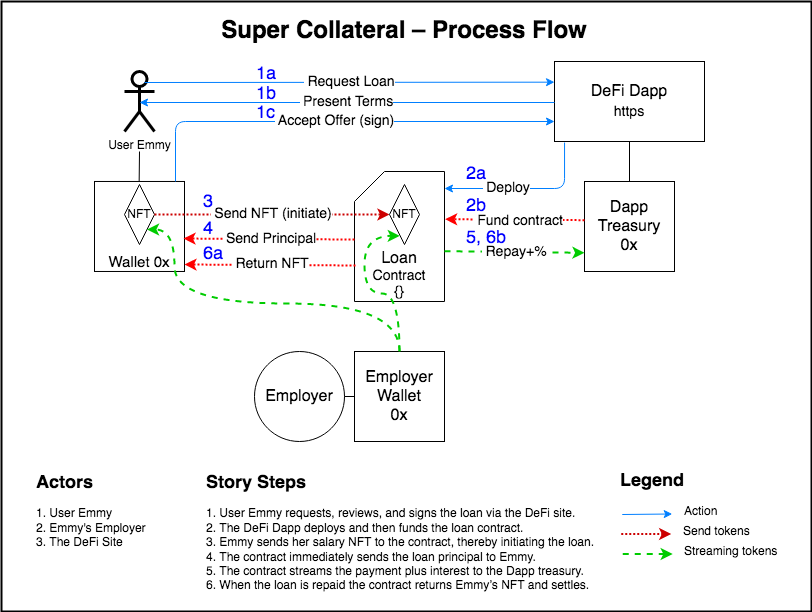
Above: assets/super_collateral.drawio.png in SmilingHeretic/super-collateral (draw.io), before the change. Source tidied: cells renumbered, new cells last; positions are measured from the earlier drawing's top-left corner, leaving out a move shared by most shapes.
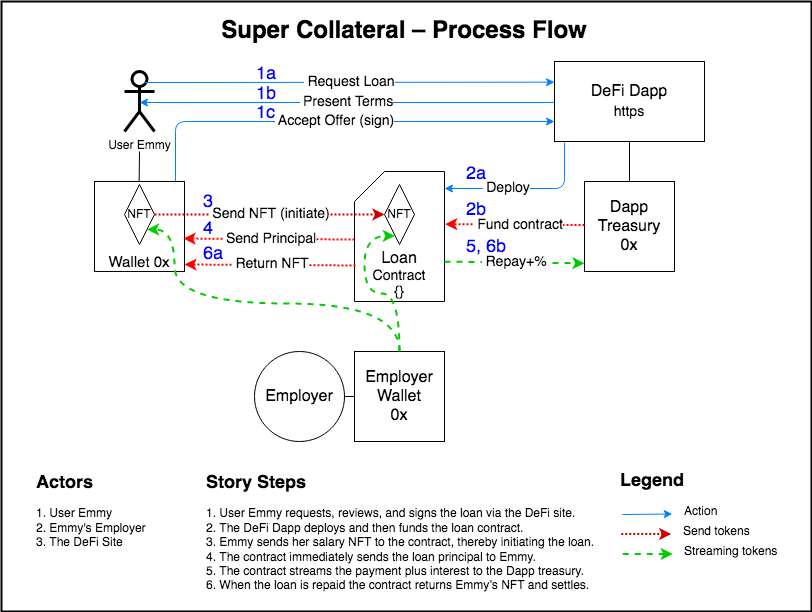
The same file after the commit.

Commit message:
Fine tuning

Change to the diagram source:
```diff
@@ -84,9 +84,10 @@
         </Array>
       </mxGeometry>
     </mxCell>
-    <mxCell id="23" style="endArrow=classic;html=1;strokeColor=#FF0000;exitX=0;exitY=0.5;exitDx=0;exitDy=0;entryX=1.007;entryY=0.367;entryDx=0;entryDy=0;entryPerimeter=0;strokeWidth=2;dashed=1;dashPattern=1 1;" parent="1" edge="1" target="18">
+    <mxCell id="23" style="endArrow=classic;html=1;strokeColor=#FF0000;exitX=0;exitY=0.5;exitDx=0;exitDy=0;entryX=1.007;entryY=0.367;entryDx=0;entryDy=0;entryPerimeter=0;strokeWidth=2;dashed=1;dashPattern=1 1;" parent="1" edge="1">
       <mxGeometry relative="1" as="geometry">
-        <mxPoint x="583" y="218.7" as="sourcePoint" />
+        <mxPoint x="583" y="223.6" as="sourcePoint" />
+        <mxPoint x="443.6" y="222.6" as="targetPoint" />
       </mxGeometry>
     </mxCell>
     <mxCell id="24" value="&amp;nbsp;&lt;font style=&quot;font-size: 14px&quot;&gt;Fund contract &lt;br&gt;&lt;/font&gt;" style="edgeLabel;html=1;align=center;verticalAlign=middle;" parent="23" vertex="1">
@@ -96,7 +97,7 @@
       <mxGeometry relative="1" as="geometry" />
     </mxCell>
     <mxCell id="26" value="NFT" style="rhombus;whiteSpace=wrap;html=1;hachureGap=4;strokeColor=default;strokeWidth=1;" parent="1" vertex="1">
-      <mxGeometry x="388" y="183" width="30" height="60" as="geometry" />
+      <mxGeometry x="383" y="183" width="30" height="60" as="geometry" />
     </mxCell>
     <mxCell id="27" value="&amp;nbsp;&lt;font style=&quot;font-size: 14px&quot;&gt;Send Principal &lt;br&gt;&lt;/font&gt;" style="endArrow=classic;html=1;strokeColor=#FF0000;exitX=0.01;exitY=0.364;exitDx=0;exitDy=0;exitPerimeter=0;entryX=1;entryY=0.357;entryDx=0;entryDy=0;entryPerimeter=0;dashed=1;dashPattern=1 1;strokeWidth=2;" parent="1" edge="1">
       <mxGeometry relative="1" as="geometry">
@@ -113,16 +114,17 @@
         </Array>
       </mxGeometry>
     </mxCell>
-    <mxCell id="29" value="&amp;nbsp;&lt;font style=&quot;font-size: 14px&quot;&gt;Repay+%&lt;/font&gt;" style="endArrow=classic;html=1;dashed=1;strokeColor=#00CC00;strokeWidth=2;exitX=1;exitY=0.613;exitDx=0;exitDy=0;exitPerimeter=0;entryX=0;entryY=0.788;entryDx=0;entryDy=0;entryPerimeter=0;" parent="1" edge="1" source="18">
+    <mxCell id="29" value="&amp;nbsp;&lt;font style=&quot;font-size: 14px&quot;&gt;Repay+%&lt;/font&gt;" style="endArrow=classic;html=1;dashed=1;strokeColor=#00CC00;strokeWidth=2;exitX=1;exitY=0.613;exitDx=0;exitDy=0;exitPerimeter=0;entryX=0;entryY=0.788;entryDx=0;entryDy=0;entryPerimeter=0;" parent="1" edge="1">
       <mxGeometry relative="1" as="geometry">
-        <mxPoint x="583" y="251.3" as="targetPoint" />
+        <mxPoint x="443" y="260.2" as="sourcePoint" />
+        <mxPoint x="583" y="261.8" as="targetPoint" />
       </mxGeometry>
     </mxCell>
     <mxCell id="30" value="&lt;font style=&quot;font-size: 18px&quot; color=&quot;#0000FF&quot;&gt;2a&lt;/font&gt;" style="text;html=1;strokeColor=none;fillColor=none;align=left;verticalAlign=middle;whiteSpace=wrap;rounded=0;" parent="1" vertex="1">
       <mxGeometry x="463" y="163" width="30" height="20" as="geometry" />
     </mxCell>
     <mxCell id="31" value="&lt;font style=&quot;font-size: 18px&quot; color=&quot;#0000FF&quot;&gt;2b&lt;/font&gt;" style="text;html=1;strokeColor=none;fillColor=none;align=left;verticalAlign=middle;whiteSpace=wrap;rounded=0;" parent="1" vertex="1">
-      <mxGeometry x="463" y="195" width="30" height="20" as="geometry" />
+      <mxGeometry x="463" y="198.9" width="30" height="20" as="geometry" />
     </mxCell>
     <mxCell id="32" value="&lt;font style=&quot;font-size: 18px&quot; color=&quot;#0000FF&quot;&gt;3&lt;/font&gt;" style="text;html=1;strokeColor=none;fillColor=none;align=left;verticalAlign=middle;whiteSpace=wrap;rounded=0;" parent="1" vertex="1">
       <mxGeometry x="199.8" y="186" width="20" height="30" as="geometry" />
@@ -131,7 +133,7 @@
       <mxGeometry x="199.8" y="217.5" width="20" height="20" as="geometry" />
     </mxCell>
     <mxCell id="34" value="&lt;font style=&quot;font-size: 18px&quot; color=&quot;#0000FF&quot;&gt;5, 6b&lt;/font&gt;" style="text;html=1;strokeColor=none;fillColor=none;align=left;verticalAlign=middle;whiteSpace=wrap;rounded=0;" parent="1" vertex="1">
-      <mxGeometry x="463" y="227" width="60" height="20" as="geometry" />
+      <mxGeometry x="463" y="235.5" width="60" height="20" as="geometry" />
     </mxCell>
     <mxCell id="35" value="&lt;h1 style=&quot;font-size: 18px&quot;&gt;Story Steps&lt;br&gt;&lt;/h1&gt;&lt;p&gt;1. User Emmy requests, reviews, and signs the loan via the DeFi site.&lt;br&gt;2. The DeFi Dapp deploys and then funds the loan contract. &lt;br&gt;3. Emmy sends her salary NFT to the contract, thereby initiating the loan.&lt;br&gt;4. The contract immediately sends the loan principal to Emmy. &lt;br&gt;5. The contract streams the payment plus interest to the Dapp treasury.&lt;br&gt;6. When the loan is repaid the contract returns Emmy’s  NFT and settles.&lt;br&gt;&lt;/p&gt;" style="text;html=1;strokeColor=none;fillColor=none;spacing=5;spacingTop=-20;whiteSpace=wrap;overflow=hidden;rounded=0;hachureGap=4;" parent="1" vertex="1">
       <mxGeometry x="199.8" y="470" width="401" height="130" as="geometry" />
```
